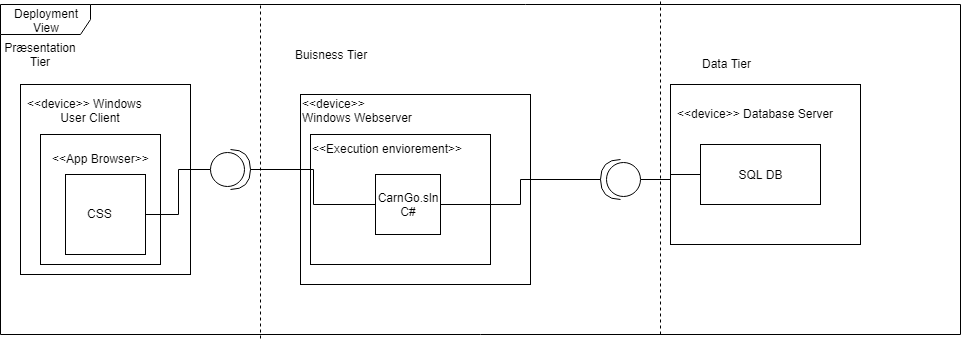
The draw.io diagram Arkitektur/DeploymentDiagram.png in Projeckt5/ProjectDocumentation, before a commit. Source tidied: cells renumbered, new cells last; positions are measured from the earlier drawing's top-left corner, leaving out a move shared by most shapes. Source of this version:
```xml
<mxGraphModel>
  <root>
    <mxCell id="0" />
    <mxCell id="1" parent="0" />
    <mxCell id="2" style="rounded=0;whiteSpace=wrap;html=1;" parent="1" vertex="1">
      <mxGeometry x="670" y="84" width="190" height="160" as="geometry" />
    </mxCell>
    <mxCell id="3" style="rounded=0;whiteSpace=wrap;html=1;" parent="1" vertex="1">
      <mxGeometry x="300" y="94" width="230" height="190" as="geometry" />
    </mxCell>
    <mxCell id="4" style="rounded=0;whiteSpace=wrap;html=1;" parent="1" vertex="1">
      <mxGeometry x="310" y="134" width="180" height="130" as="geometry" />
    </mxCell>
    <mxCell id="5" value="Deployment View" style="shape=umlFrame;whiteSpace=wrap;html=1;width=90;height=30;" parent="1" vertex="1">
      <mxGeometry y="4" width="960" height="330" as="geometry" />
    </mxCell>
    <mxCell id="6" style="rounded=0;whiteSpace=wrap;html=1;" parent="1" vertex="1">
      <mxGeometry x="20" y="84" width="170" height="190" as="geometry" />
    </mxCell>
    <mxCell id="7" style="rounded=0;whiteSpace=wrap;html=1;" parent="1" vertex="1">
      <mxGeometry x="40" y="134" width="120" height="130" as="geometry" />
    </mxCell>
    <mxCell id="8" style="edgeStyle=orthogonalEdgeStyle;rounded=0;jettySize=auto;html=1;exitX=1;exitY=0.5;exitDx=0;exitDy=0;entryX=0;entryY=0.5;entryDx=0;entryDy=0;entryPerimeter=0;strokeColor=#000000;endArrow=none;endFill=0;" parent="1" edge="1" source="9" target="17">
      <mxGeometry relative="1" as="geometry" />
    </mxCell>
    <mxCell id="9" style="whiteSpace=wrap;html=1;" parent="1" vertex="1">
      <mxGeometry x="65" y="174" width="80" height="80" as="geometry" />
    </mxCell>
    <mxCell id="10" value="&amp;lt;&amp;lt;device&amp;gt;&amp;gt; Windows &lt;br&gt;&amp;nbsp; &amp;nbsp; &amp;nbsp; &amp;nbsp; &amp;nbsp; User Client" style="text;html=1;align=left;verticalAlign=top;spacingTop=-4;" parent="1" vertex="1">
      <mxGeometry x="25" y="94" width="130" height="30" as="geometry" />
    </mxCell>
    <mxCell id="11" value="CSS" style="text;html=1;align=left;verticalAlign=top;spacingTop=-4;" parent="1" vertex="1">
      <mxGeometry x="85" y="204" width="40" height="20" as="geometry" />
    </mxCell>
    <mxCell id="12" value="Præsentation Tier" style="text;html=1;strokeColor=none;fillColor=none;align=center;verticalAlign=middle;whiteSpace=wrap;rounded=0;" parent="1" vertex="1">
      <mxGeometry x="20" y="44" width="40" height="20" as="geometry" />
    </mxCell>
    <mxCell id="13" value="&amp;lt;&amp;lt;App Browser&amp;gt;&amp;gt;" style="text;html=1;align=left;verticalAlign=top;spacingTop=-4;" parent="1" vertex="1">
      <mxGeometry x="50" y="149" width="110" height="20" as="geometry" />
    </mxCell>
    <mxCell id="14" style="endArrow=none;dashed=1;html=1;strokeColor=#000000;exitX=0.271;exitY=1.013;exitDx=0;exitDy=0;exitPerimeter=0;" parent="1" edge="1" source="5">
      <mxGeometry relative="1" as="geometry">
        <mxPoint x="260" y="4" as="targetPoint" />
      </mxGeometry>
    </mxCell>
    <mxCell id="15" value="Buisness Tier" style="text;html=1;strokeColor=none;fillColor=none;align=center;verticalAlign=middle;whiteSpace=wrap;rounded=0;" parent="1" vertex="1">
      <mxGeometry x="280" y="44" width="100" height="20" as="geometry" />
    </mxCell>
    <mxCell id="16" style="edgeStyle=orthogonalEdgeStyle;rounded=0;jettySize=auto;html=1;exitX=1;exitY=0.5;exitDx=0;exitDy=0;exitPerimeter=0;entryX=0;entryY=0.5;entryDx=0;entryDy=0;endArrow=none;endFill=0;strokeColor=#000000;" parent="1" edge="1" source="17" target="18">
      <mxGeometry relative="1" as="geometry" />
    </mxCell>
    <mxCell id="17" style="shape=providedRequiredInterface;html=1;verticalLabelPosition=bottom;" parent="1" vertex="1">
      <mxGeometry x="210" y="149" width="40" height="40" as="geometry" />
    </mxCell>
    <mxCell id="18" value="CarnGo.sln&lt;br&gt;C#&lt;br&gt;" style="rounded=0;whiteSpace=wrap;html=1;" parent="1" vertex="1">
      <mxGeometry x="375" y="174" width="65" height="60" as="geometry" />
    </mxCell>
    <mxCell id="19" value="&amp;lt;&amp;lt;device&amp;gt;&amp;gt;&lt;br&gt;Windows Webserver&lt;br&gt;" style="text;html=1;align=left;verticalAlign=top;spacingTop=-4;" parent="1" vertex="1">
      <mxGeometry x="300" y="94" width="130" height="30" as="geometry" />
    </mxCell>
    <mxCell id="20" value="&amp;lt;&amp;lt;Execution enviorement&amp;gt;&amp;gt;&amp;nbsp;" style="text;html=1;align=left;verticalAlign=top;spacingTop=-4;" parent="1" vertex="1">
      <mxGeometry x="310" y="139" width="170" height="20" as="geometry" />
    </mxCell>
    <mxCell id="21" value="Data Tier" style="text;html=1;align=left;verticalAlign=top;spacingTop=-4;" parent="1" vertex="1">
      <mxGeometry x="700" y="54" width="60" height="20" as="geometry" />
    </mxCell>
    <mxCell id="22" style="endArrow=none;dashed=1;html=1;strokeColor=#000000;exitX=0.271;exitY=1.013;exitDx=0;exitDy=0;exitPerimeter=0;" parent="1" edge="1">
      <mxGeometry relative="1" as="geometry">
        <mxPoint x="660" y="334" as="sourcePoint" />
        <mxPoint x="660" as="targetPoint" />
      </mxGeometry>
    </mxCell>
    <mxCell id="23" style="edgeStyle=orthogonalEdgeStyle;rounded=0;jettySize=auto;html=1;exitX=1;exitY=0.5;exitDx=0;exitDy=0;exitPerimeter=0;entryX=1;entryY=0.5;entryDx=0;entryDy=0;endArrow=none;endFill=0;strokeColor=#000000;" parent="1" edge="1" source="25" target="18">
      <mxGeometry relative="1" as="geometry" />
    </mxCell>
    <mxCell id="24" style="edgeStyle=orthogonalEdgeStyle;rounded=0;jettySize=auto;html=1;exitX=0;exitY=0.5;exitDx=0;exitDy=0;exitPerimeter=0;entryX=0;entryY=0.5;entryDx=0;entryDy=0;endArrow=none;endFill=0;strokeColor=#000000;" parent="1" edge="1" source="25" target="27">
      <mxGeometry relative="1" as="geometry" />
    </mxCell>
    <mxCell id="25" style="shape=providedRequiredInterface;html=1;verticalLabelPosition=bottom;rotation=180;" parent="1" vertex="1">
      <mxGeometry x="600" y="159" width="40" height="40" as="geometry" />
    </mxCell>
    <mxCell id="26" value="&amp;lt;&amp;lt;device&amp;gt;&amp;gt; Database Server&lt;br&gt;&lt;br&gt;" style="text;html=1;align=left;verticalAlign=top;spacingTop=-4;" parent="1" vertex="1">
      <mxGeometry x="675" y="104" width="170" height="30" as="geometry" />
    </mxCell>
    <mxCell id="27" value="SQL DB" style="rounded=0;whiteSpace=wrap;html=1;" parent="1" vertex="1">
      <mxGeometry x="700" y="144" width="120" height="60" as="geometry" />
    </mxCell>
  </root>
</mxGraphModel>
```
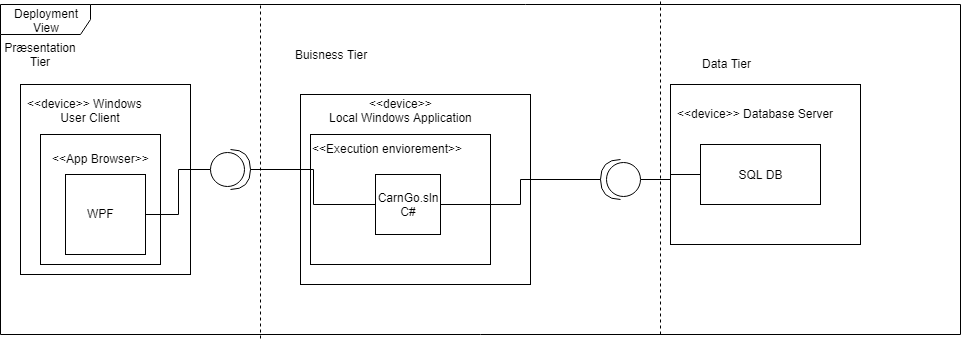
The same diagram one commit later.

The edit, as a diff of the source:
```diff
@@ -29,7 +29,7 @@
     <mxCell id="10" value="&amp;lt;&amp;lt;device&amp;gt;&amp;gt; Windows &lt;br&gt;&amp;nbsp; &amp;nbsp; &amp;nbsp; &amp;nbsp; &amp;nbsp; User Client" style="text;html=1;align=left;verticalAlign=top;spacingTop=-4;" parent="1" vertex="1">
       <mxGeometry x="25" y="94" width="130" height="30" as="geometry" />
     </mxCell>
-    <mxCell id="11" value="CSS" style="text;html=1;align=left;verticalAlign=top;spacingTop=-4;" parent="1" vertex="1">
+    <mxCell id="11" value="WPF" style="text;html=1;align=left;verticalAlign=top;spacingTop=-4;" parent="1" vertex="1">
       <mxGeometry x="85" y="204" width="40" height="20" as="geometry" />
     </mxCell>
     <mxCell id="12" value="Præsentation Tier" style="text;html=1;strokeColor=none;fillColor=none;align=center;verticalAlign=middle;whiteSpace=wrap;rounded=0;" parent="1" vertex="1">
@@ -55,8 +55,8 @@
     <mxCell id="18" value="CarnGo.sln&lt;br&gt;C#&lt;br&gt;" style="rounded=0;whiteSpace=wrap;html=1;" parent="1" vertex="1">
       <mxGeometry x="375" y="174" width="65" height="60" as="geometry" />
     </mxCell>
-    <mxCell id="19" value="&amp;lt;&amp;lt;device&amp;gt;&amp;gt;&lt;br&gt;Windows Webserver&lt;br&gt;" style="text;html=1;align=left;verticalAlign=top;spacingTop=-4;" parent="1" vertex="1">
-      <mxGeometry x="300" y="94" width="130" height="30" as="geometry" />
+    <mxCell id="19" value="&amp;nbsp; &amp;nbsp; &amp;nbsp; &amp;nbsp; &amp;nbsp; &amp;nbsp; &amp;lt;&amp;lt;device&amp;gt;&amp;gt;&lt;br&gt;Local Windows Application&lt;br&gt;" style="text;html=1;align=left;verticalAlign=top;spacingTop=-4;" parent="1" vertex="1">
+      <mxGeometry x="327" y="94" width="160" height="30" as="geometry" />
     </mxCell>
     <mxCell id="20" value="&amp;lt;&amp;lt;Execution enviorement&amp;gt;&amp;gt;&amp;nbsp;" style="text;html=1;align=left;verticalAlign=top;spacingTop=-4;" parent="1" vertex="1">
       <mxGeometry x="310" y="139" width="170" height="20" as="geometry" />
```
